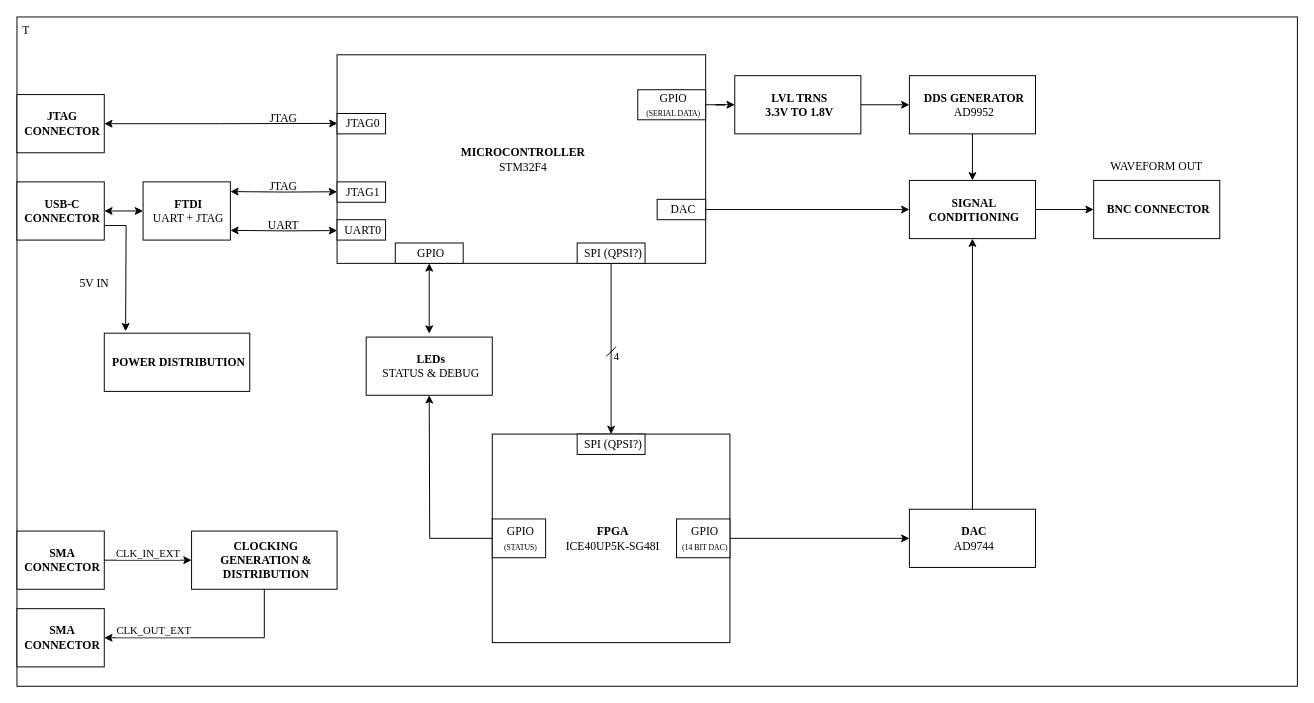
Earlier version of the draw.io diagram page "Hardware Overview" (1 of 4) of 1_hw/01_block_diagram/arb.drawio (brzyzek/arb). Source tidied: cells renumbered, new cells numbered last; positions are measured from the earlier drawing's top-left corner, leaving out a move shared by most shapes. Both pictures are drawn from the tidied source at 97%, with x=0, y=0 at pixel (16, 16).
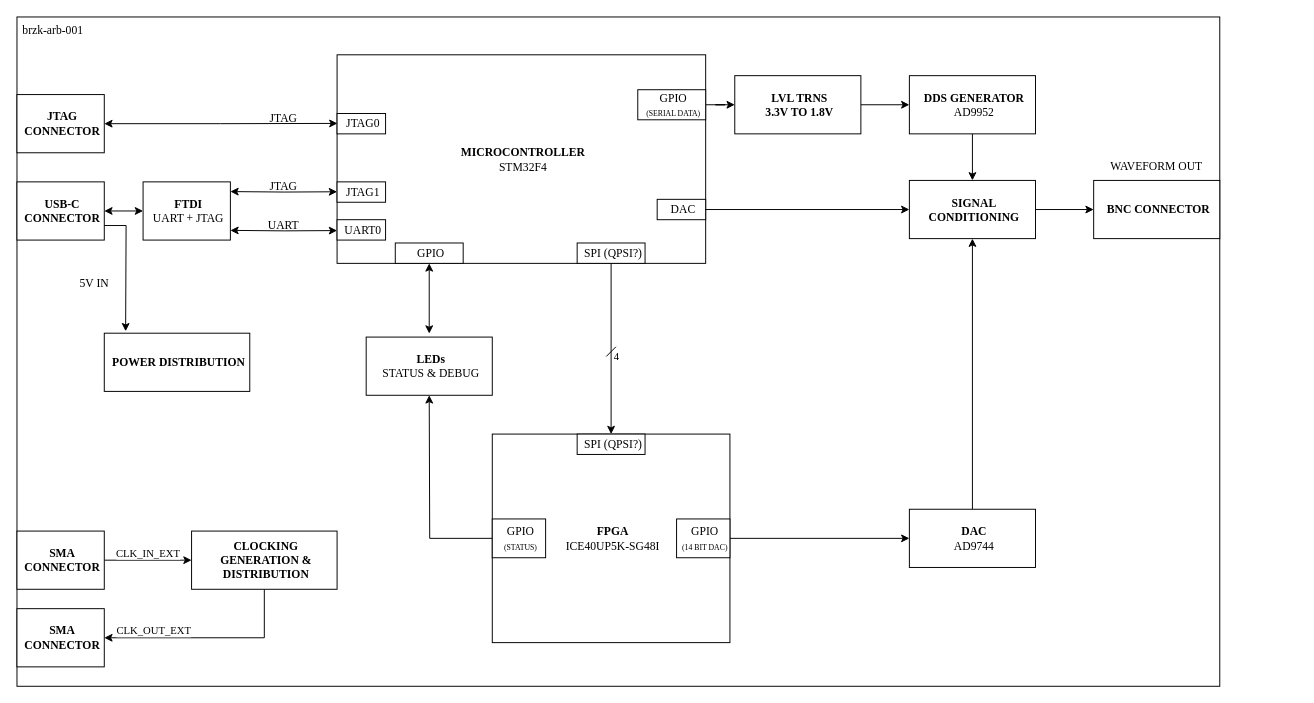
After the change.

Change to the diagram source:
```diff
@@
-    <mxCell id="2" value="T" style="rounded=0;whiteSpace=wrap;html=1;align=left;verticalAlign=top;labelPosition=center;verticalLabelPosition=middle;spacing=2;spacingLeft=4;fontFamily=Times New Roman;" parent="1" vertex="1">
-      <mxGeometry width="1320" height="690" as="geometry" />
+    <mxCell id="2" value="brzk-arb-001" style="rounded=0;whiteSpace=wrap;html=1;align=left;verticalAlign=top;labelPosition=center;verticalLabelPosition=middle;spacing=2;spacingLeft=4;fontFamily=Times New Roman;" parent="1" vertex="1">
+      <mxGeometry width="1240" height="690" as="geometry" />
     </mxCell>
```
